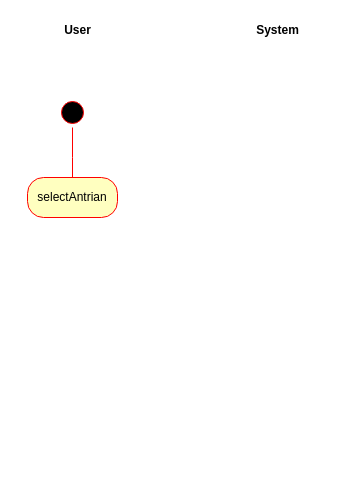
This is Mini-Proj/Activity Diagram Entry Form.drawio from mahesri/uml_ads_sms3, a draw.io file, before an edit. Source tidied: cells renumbered, new cells numbered last; positions are measured from the earlier drawing's top-left corner, leaving out a move shared by most shapes. Both pictures are drawn from the tidied source at 100%, with x=0, y=0 at pixel (27, 17).
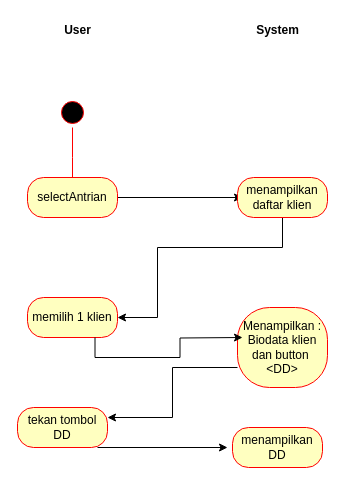
After the change.

Unchanged cells that the change refers to:
```xml
<mxCell id="4" value="selectAntrian" style="rounded=1;whiteSpace=wrap;html=1;arcSize=40;fontColor=#000000;fillColor=#ffffc0;strokeColor=#ff0000;" parent="1" vertex="1">
  <mxGeometry y="160" width="90" height="40" as="geometry" />
</mxCell>
```

The edit, as a diff of the source:
```diff
@@
+    <mxCell id="7" style="edgeStyle=orthogonalEdgeStyle;rounded=0;jettySize=auto;html=1;entryX=0.05;entryY=0.533;entryDx=0;entryDy=0;entryPerimeter=0;" parent="1" edge="1" source="4">
+      <mxGeometry relative="1" as="geometry">
+        <mxPoint x="215" y="180" as="targetPoint" />
+      </mxGeometry>
+    </mxCell>
@@
+    <mxCell id="8" style="edgeStyle=orthogonalEdgeStyle;rounded=0;jettySize=auto;html=1;entryX=1;entryY=0.5;entryDx=0;entryDy=0;" parent="1" edge="1" source="9" target="10">
+      <mxGeometry relative="1" as="geometry">
+        <Array as="points">
+          <mxPoint x="255" y="230" />
+          <mxPoint x="130" y="230" />
+          <mxPoint x="130" y="300" />
+        </Array>
+      </mxGeometry>
+    </mxCell>
+    <mxCell id="9" value="menampilkan daftar klien" style="rounded=1;whiteSpace=wrap;html=1;arcSize=40;fontColor=#000000;fillColor=#ffffc0;strokeColor=#ff0000;" parent="1" vertex="1">
+      <mxGeometry x="210" y="160" width="90" height="40" as="geometry" />
+    </mxCell>
+    <mxCell id="10" value="memilih 1 klien" style="rounded=1;whiteSpace=wrap;html=1;arcSize=40;fontColor=#000000;fillColor=#ffffc0;strokeColor=#ff0000;" parent="1" vertex="1">
+      <mxGeometry y="280" width="90" height="40" as="geometry" />
+    </mxCell>
+    <mxCell id="11" value="Menampilkan :&lt;br&gt;Biodata klien dan button&amp;nbsp;&lt;br&gt;&amp;lt;DD&amp;gt;" style="rounded=1;whiteSpace=wrap;html=1;arcSize=40;fontColor=#000000;fillColor=#ffffc0;strokeColor=#ff0000;" parent="1" vertex="1">
+      <mxGeometry x="210" y="290" width="90" height="80" as="geometry" />
+    </mxCell>
+    <mxCell id="12" style="edgeStyle=orthogonalEdgeStyle;rounded=0;jettySize=auto;html=1;entryX=0.05;entryY=0.533;entryDx=0;entryDy=0;entryPerimeter=0;exitX=0.75;exitY=1;exitDx=0;exitDy=0;" parent="1" edge="1" source="10">
+      <mxGeometry relative="1" as="geometry">
+        <mxPoint x="215" y="320" as="targetPoint" />
+      </mxGeometry>
+    </mxCell>
+    <mxCell id="13" value="tekan tombol DD" style="rounded=1;whiteSpace=wrap;html=1;arcSize=40;fontColor=#000000;fillColor=#ffffc0;strokeColor=#ff0000;" parent="1" vertex="1">
+      <mxGeometry x="-10" y="390" width="90" height="40" as="geometry" />
+    </mxCell>
+    <mxCell id="14" style="endArrow=classic;html=1;rounded=0;edgeStyle=orthogonalEdgeStyle;entryX=1;entryY=0.25;entryDx=0;entryDy=0;exitX=0;exitY=0.75;exitDx=0;exitDy=0;" parent="1" edge="1" source="11" target="13">
+      <mxGeometry relative="1" as="geometry" />
+    </mxCell>
+    <mxCell id="15" style="edgeStyle=orthogonalEdgeStyle;rounded=0;orthogonalLoop=1;jettySize=auto;html=1;" parent="1" edge="1">
+      <mxGeometry relative="1" as="geometry">
+        <mxPoint x="70" y="430" as="sourcePoint" />
+        <mxPoint x="200" y="430" as="targetPoint" />
+      </mxGeometry>
+    </mxCell>
+    <mxCell id="16" value="menampilkan DD" style="rounded=1;whiteSpace=wrap;html=1;arcSize=40;fontColor=#000000;fillColor=#ffffc0;strokeColor=#ff0000;" parent="1" vertex="1">
+      <mxGeometry x="205" y="410" width="90" height="40" as="geometry" />
+    </mxCell>
```
